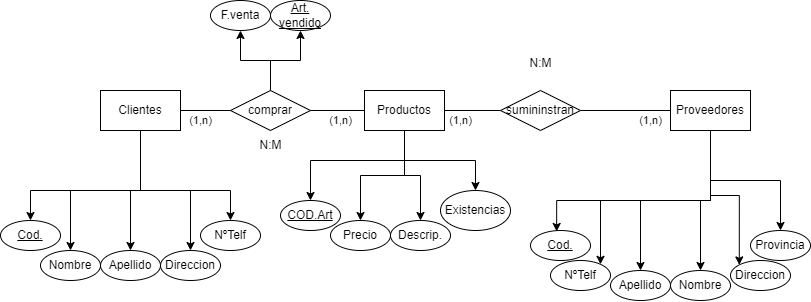
Before: Ejercicios/images/Diagrama_BAE_E5.drawio.png, a diagram exported from draw.io (adogonz23/BAE). Source tidied: cells renumbered, new cells last; positions are measured from the earlier drawing's top-left corner, leaving out a move shared by most shapes.
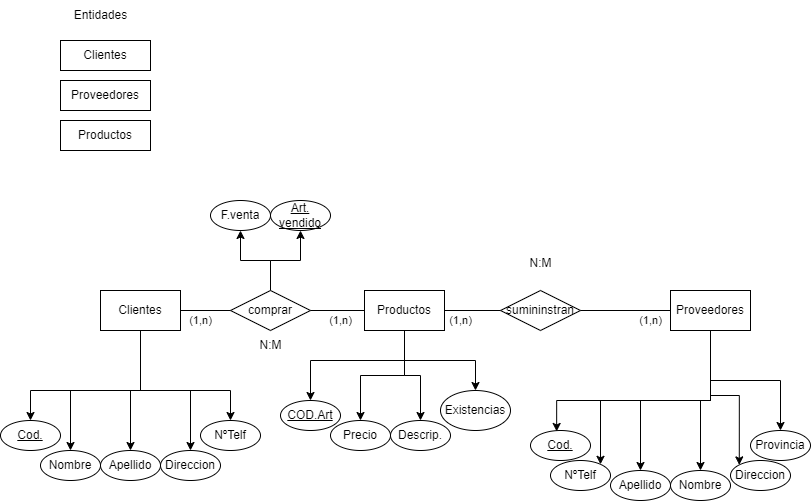
The same diagram one commit later.

The edit, as a diff of the source:
```diff
@@ -182,5 +182,17 @@
     <mxCell id="50" value="N:M" style="text;html=1;align=center;verticalAlign=middle;strokeColor=none;fillColor=none;" parent="1" vertex="1">
       <mxGeometry x="245" y="130" width="50" height="30" as="geometry" />
     </mxCell>
+    <mxCell id="51" value="Clientes" style="rounded=0;whiteSpace=wrap;html=1;" parent="1" vertex="1">
+      <mxGeometry x="60" y="-160" width="90" height="30" as="geometry" />
+    </mxCell>
+    <mxCell id="52" value="Productos" style="rounded=0;whiteSpace=wrap;html=1;" parent="1" vertex="1">
+      <mxGeometry x="60" y="-80" width="90" height="30" as="geometry" />
+    </mxCell>
+    <mxCell id="53" value="Proveedores" style="rounded=0;whiteSpace=wrap;html=1;" parent="1" vertex="1">
+      <mxGeometry x="60" y="-120" width="90" height="30" as="geometry" />
+    </mxCell>
+    <mxCell id="54" value="Entidades" style="text;html=1;align=center;verticalAlign=middle;strokeColor=none;fillColor=none;" parent="1" vertex="1">
+      <mxGeometry x="60" y="-200" width="80" height="30" as="geometry" />
+    </mxCell>
   </root>
 </mxGraphModel>
```
